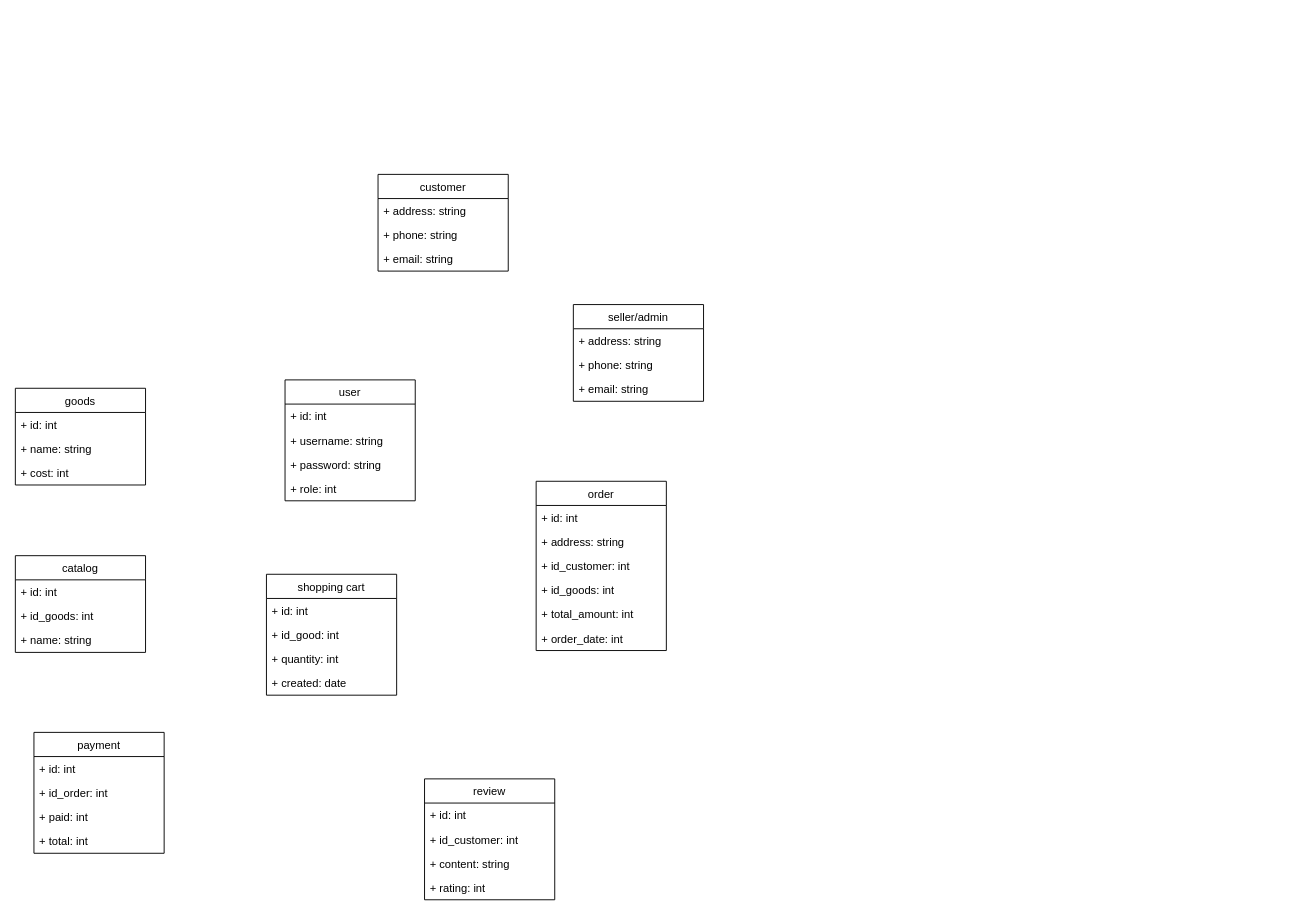
Before: page "Class Diagram" (3 of 3) of docs/cat-store.drawio in anh0701/cat-store, a draw.io diagram. Source tidied: cells renumbered, new cells numbered last; positions are measured from the earlier drawing's top-left corner, leaving out a move shared by most shapes. Both pictures are drawn from the tidied source at 93%, with x=0, y=0 at pixel (15, 174).
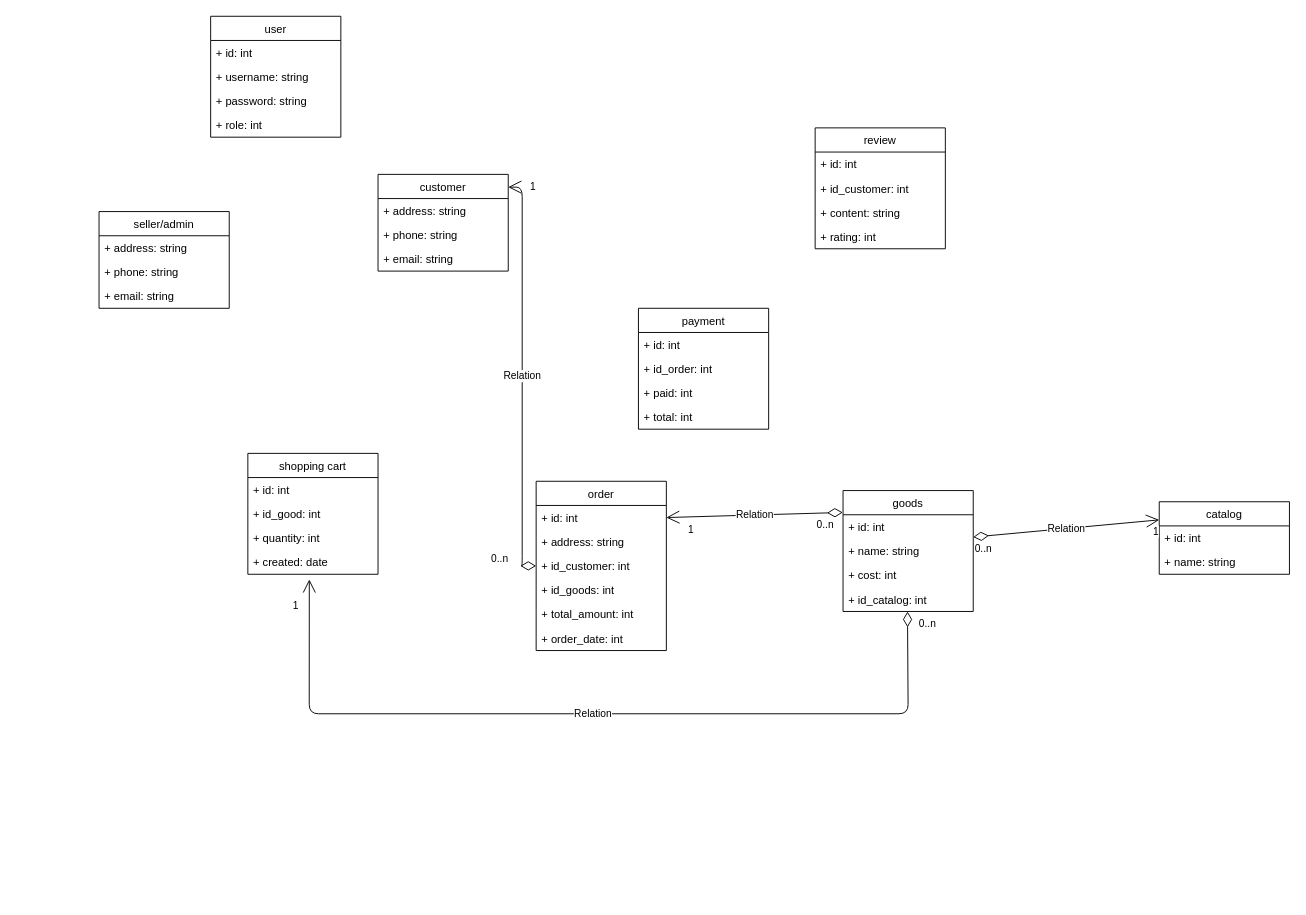
The same diagram, later.

The change refers to these unchanged cells:
```xml
<mxCell id="19" value="+ created: date" style="text;strokeColor=none;fillColor=none;align=left;verticalAlign=top;spacingLeft=4;spacingRight=4;overflow=hidden;points=[[0,0.5],[1,0.5]];portConstraint=eastwest;" parent="15" vertex="1">
  <mxGeometry y="104" width="140" height="26" as="geometry" />
</mxCell>
<mxCell id="20" value="order" style="swimlane;fontStyle=0;horizontal=1;startSize=26;fillColor=none;" parent="1" vertex="1">
  <mxGeometry x="560" y="330" width="140" height="182" as="geometry" />
</mxCell>
<mxCell id="21" value="+ id: int" style="text;strokeColor=none;fillColor=none;align=left;verticalAlign=top;spacingLeft=4;spacingRight=4;overflow=hidden;points=[[0,0.5],[1,0.5]];portConstraint=eastwest;" parent="20" vertex="1">
  <mxGeometry y="26" width="140" height="26" as="geometry" />
</mxCell>
<mxCell id="41" value="customer" style="swimlane;fontStyle=0;horizontal=1;startSize=26;fillColor=none;" parent="1" vertex="1">
  <mxGeometry x="390" width="140" height="104" as="geometry" />
</mxCell>
```

Diff of the diagram source:
```diff
@@
     <mxCell id="2" value="user" style="swimlane;fontStyle=0;horizontal=1;startSize=26;fillColor=none;" parent="1" vertex="1">
-      <mxGeometry x="290" y="221" width="140" height="130" as="geometry" />
+      <mxGeometry x="210" y="-170" width="140" height="130" as="geometry" />
     </mxCell>
@@
     <mxCell id="7" value="goods" style="swimlane;fontStyle=0;horizontal=1;startSize=26;fillColor=none;" parent="1" vertex="1">
-      <mxGeometry y="230" width="140" height="104" as="geometry" />
+      <mxGeometry x="890" y="340" width="140" height="130" as="geometry" />
     </mxCell>
@@
+    <mxCell id="45" value="+ id_catalog: int" style="text;strokeColor=none;fillColor=none;align=left;verticalAlign=top;spacingLeft=4;spacingRight=4;overflow=hidden;points=[[0,0.5],[1,0.5]];portConstraint=eastwest;" parent="7" vertex="1">
+      <mxGeometry y="104" width="140" height="26" as="geometry" />
+    </mxCell>
     <mxCell id="11" value="catalog" style="swimlane;fontStyle=0;horizontal=1;startSize=26;fillColor=none;" parent="1" vertex="1">
-      <mxGeometry y="410" width="140" height="104" as="geometry" />
+      <mxGeometry x="1230" y="352" width="140" height="78" as="geometry" />
     </mxCell>
@@
-    <mxCell id="13" value="+ id_goods: int" style="text;strokeColor=none;fillColor=none;align=left;verticalAlign=top;spacingLeft=4;spacingRight=4;overflow=hidden;" parent="11" vertex="1">
-      <mxGeometry y="52" width="140" height="26" as="geometry" />
-    </mxCell>
     <mxCell id="14" value="+ name: string" style="text;strokeColor=none;fillColor=none;align=left;verticalAlign=top;spacingLeft=4;spacingRight=4;overflow=hidden;" parent="11" vertex="1">
-      <mxGeometry y="78" width="140" height="26" as="geometry" />
+      <mxGeometry y="52" width="140" height="26" as="geometry" />
     </mxCell>
     <mxCell id="15" value="shopping cart" style="swimlane;fontStyle=0;horizontal=1;startSize=26;fillColor=none;" parent="1" vertex="1">
-      <mxGeometry x="270" y="430" width="140" height="130" as="geometry" />
+      <mxGeometry x="250" y="300" width="140" height="130" as="geometry" />
     </mxCell>
@@
     <mxCell id="27" value="review" style="swimlane;fontStyle=0;horizontal=1;startSize=26;fillColor=none;" parent="1" vertex="1">
-      <mxGeometry x="440" y="650" width="140" height="130" as="geometry" />
+      <mxGeometry x="860" y="-50" width="140" height="130" as="geometry" />
     </mxCell>
@@
     <mxCell id="32" value="payment" style="swimlane;fontStyle=0;horizontal=1;startSize=26;fillColor=none;" parent="1" vertex="1">
-      <mxGeometry x="20" y="600" width="140" height="130" as="geometry" />
+      <mxGeometry x="670" y="144" width="140" height="130" as="geometry" />
     </mxCell>
@@
     <mxCell id="37" value="seller/admin" style="swimlane;fontStyle=0;horizontal=1;startSize=26;fillColor=none;" parent="1" vertex="1">
-      <mxGeometry x="600" y="140" width="140" height="104" as="geometry" />
+      <mxGeometry x="90" y="40" width="140" height="104" as="geometry" />
     </mxCell>
@@
+    <mxCell id="46" value="Relation" style="endArrow=open;html=1;endSize=12;startArrow=diamondThin;startSize=14;startFill=0;exitX=-0.002;exitY=0.181;exitDx=0;exitDy=0;exitPerimeter=0;entryX=1;entryY=0.5;entryDx=0;entryDy=0;" parent="1" edge="1" source="7" target="21">
+      <mxGeometry relative="1" as="geometry" />
+    </mxCell>
+    <mxCell id="47" value="0..n" style="edgeLabel;html=1;align=left;verticalAlign=top;" parent="46" vertex="1">
+      <mxGeometry x="-1" relative="1" as="geometry">
+        <mxPoint x="-30" as="offset" />
+      </mxGeometry>
+    </mxCell>
+    <mxCell id="48" value="1" style="edgeLabel;html=1;align=right;verticalAlign=top;" parent="46" vertex="1">
+      <mxGeometry x="1" relative="1" as="geometry">
+        <mxPoint x="30" as="offset" />
+      </mxGeometry>
+    </mxCell>
+    <mxCell id="49" value="Relation" style="endArrow=open;html=1;endSize=12;startArrow=diamondThin;startSize=14;startFill=0;entryX=0;entryY=0.25;entryDx=0;entryDy=0;" parent="1" edge="1" target="11">
+      <mxGeometry relative="1" as="geometry">
+        <mxPoint x="1030" y="390" as="sourcePoint" />
+      </mxGeometry>
+    </mxCell>
+    <mxCell id="50" value="0..n" style="edgeLabel;html=1;align=left;verticalAlign=top;" parent="49" vertex="1">
+      <mxGeometry x="-1" relative="1" as="geometry" />
+    </mxCell>
+    <mxCell id="51" value="1" style="edgeLabel;html=1;align=right;verticalAlign=top;" parent="49" vertex="1">
+      <mxGeometry x="1" relative="1" as="geometry" />
+    </mxCell>
+    <mxCell id="52" value="Relation" style="endArrow=open;html=1;endSize=12;startArrow=diamondThin;startSize=14;startFill=0;edgeStyle=orthogonalEdgeStyle;entryX=1;entryY=0.132;entryDx=0;entryDy=0;entryPerimeter=0;" parent="1" edge="1" source="20" target="41">
+      <mxGeometry relative="1" as="geometry" />
+    </mxCell>
+    <mxCell id="53" value="0..n" style="edgeLabel;html=1;align=left;verticalAlign=top;" parent="52" vertex="1">
+      <mxGeometry x="-1" relative="1" as="geometry">
+        <mxPoint x="-50" y="-21" as="offset" />
+      </mxGeometry>
+    </mxCell>
+    <mxCell id="54" value="1" style="edgeLabel;html=1;align=right;verticalAlign=top;" parent="52" vertex="1">
+      <mxGeometry x="1" relative="1" as="geometry">
+        <mxPoint x="30" y="-14" as="offset" />
+      </mxGeometry>
+    </mxCell>
+    <mxCell id="55" value="Relation" style="endArrow=open;html=1;endSize=12;startArrow=diamondThin;startSize=14;startFill=0;exitX=0.495;exitY=1.001;exitDx=0;exitDy=0;exitPerimeter=0;entryX=0.472;entryY=1.214;entryDx=0;entryDy=0;entryPerimeter=0;" parent="1" edge="1" source="45" target="19">
+      <mxGeometry relative="1" as="geometry">
+        <Array as="points">
+          <mxPoint x="960" y="580" />
+          <mxPoint x="316" y="580" />
+        </Array>
+      </mxGeometry>
+    </mxCell>
+    <mxCell id="56" value="0..n" style="edgeLabel;html=1;align=left;verticalAlign=top;" parent="55" vertex="1">
+      <mxGeometry x="-1" relative="1" as="geometry">
+        <mxPoint x="11" as="offset" />
+      </mxGeometry>
+    </mxCell>
+    <mxCell id="57" value="1" style="edgeLabel;html=1;align=right;verticalAlign=top;" parent="55" vertex="1">
+      <mxGeometry x="1" relative="1" as="geometry">
+        <mxPoint x="-11" y="15" as="offset" />
+      </mxGeometry>
+    </mxCell>
```
